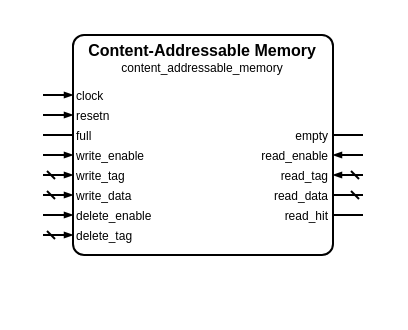
The draw.io diagram sources/memory/content_addressable_memory/content_addressable_memory.symbol.drawio in Louis-DR/OmniCores-BuildingBlocks, before the edit. Source tidied: cells renumbered, new cells numbered last; positions are measured from the earlier drawing's top-left corner, leaving out a move shared by most shapes. Both pictures are drawn from the tidied source at 200%, with x=0, y=0 at pixel (42, 34).
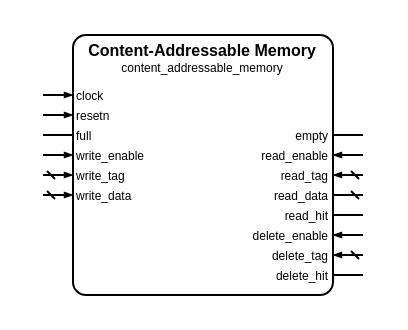
The same page after the edit.

Commit message (it also covers changes not shown here):
[Doc] Updates of the symbols for tag directory and content addressable memory

The edit, as a diff of the source:
```diff
@@
     <mxCell id="2" style="group;" parent="1" vertex="1">
-      <mxGeometry width="160" height="110" as="geometry" />
+      <mxGeometry width="160" height="130" as="geometry" />
     </mxCell>
     <mxCell id="3" style="rounded=1;arcSize=5;fillColor=none;strokeWidth=1;strokeColor=black;whiteSpace=wrap;html=1;" parent="2" vertex="1">
-      <mxGeometry x="15" width="130" height="110" as="geometry" />
+      <mxGeometry x="15" width="130" height="130" as="geometry" />
     </mxCell>
@@
+    <mxCell id="28" value="read_hit" style="text;html=1;align=right;verticalAlign=middle;whiteSpace=wrap;rounded=0;fontSize=6;fontStyle=0;fontColor=black;" parent="2" vertex="1">
+      <mxGeometry x="15" y="90" width="130" as="geometry" />
+    </mxCell>
+    <mxCell id="29" style="html=1;rounded=1;strokeWidth=1;strokeColor=black;startFill=0;startSize=2;startArrow=none;endFill=1;endSize=2;endArrow=none;sourcePerimeterSpacing=0;" parent="2" edge="1">
+      <mxGeometry relative="1" as="geometry">
+        <mxPoint x="160" y="90" as="sourcePoint" />
+        <mxPoint x="145" y="90" as="targetPoint" />
+      </mxGeometry>
+    </mxCell>
-    <mxCell id="26" value="delete_enable" style="text;html=1;align=left;verticalAlign=middle;whiteSpace=wrap;rounded=0;fontSize=6;fontStyle=0;fontColor=black;" parent="2" vertex="1">
-      <mxGeometry x="15" y="90" width="130" as="geometry" />
+    <mxCell id="26" value="delete_enable" style="text;html=1;align=right;verticalAlign=middle;whiteSpace=wrap;rounded=0;fontSize=6;fontStyle=0;fontColor=black;" parent="2" vertex="1">
+      <mxGeometry x="15" y="100" width="130" as="geometry" />
     </mxCell>
     <mxCell id="27" style="html=1;rounded=1;strokeWidth=1;strokeColor=black;startFill=0;startSize=2;startArrow=none;endFill=1;endSize=2;endArrow=blockThin;sourcePerimeterSpacing=0;" parent="2" edge="1">
       <mxGeometry relative="1" as="geometry">
-        <mxPoint y="90" as="sourcePoint" />
-        <mxPoint x="15" y="90" as="targetPoint" />
+        <mxPoint x="160" y="100" as="sourcePoint" />
+        <mxPoint x="145" y="100" as="targetPoint" />
       </mxGeometry>
     </mxCell>
-    <mxCell id="28" value="read_hit" style="text;html=1;align=right;verticalAlign=middle;whiteSpace=wrap;rounded=0;fontSize=6;fontStyle=0;fontColor=black;" parent="2" vertex="1">
-      <mxGeometry x="15" y="90" width="130" as="geometry" />
-    </mxCell>
-    <mxCell id="29" style="html=1;rounded=1;strokeWidth=1;strokeColor=black;startFill=0;startSize=2;startArrow=none;endFill=1;endSize=2;endArrow=none;sourcePerimeterSpacing=0;" parent="2" edge="1">
-      <mxGeometry relative="1" as="geometry">
-        <mxPoint x="160" y="90" as="sourcePoint" />
-        <mxPoint x="145" y="90" as="targetPoint" />
-      </mxGeometry>
-    </mxCell>
-    <mxCell id="30" value="delete_tag" style="text;html=1;align=left;verticalAlign=middle;whiteSpace=wrap;rounded=0;fontSize=6;fontStyle=0;fontColor=black;" parent="2" vertex="1">
-      <mxGeometry x="15" y="100" width="130" as="geometry" />
+    <mxCell id="30" value="delete_tag" style="text;html=1;align=right;verticalAlign=middle;whiteSpace=wrap;rounded=0;fontSize=6;fontStyle=0;fontColor=black;" parent="2" vertex="1">
+      <mxGeometry x="15" y="110" width="130" as="geometry" />
     </mxCell>
     <mxCell id="31" style="html=1;rounded=1;strokeWidth=1;strokeColor=black;startFill=0;startSize=2;startArrow=dash;endFill=1;endSize=2;endArrow=blockThin;sourcePerimeterSpacing=0;" parent="2" edge="1">
       <mxGeometry relative="1" as="geometry">
-        <mxPoint y="100" as="sourcePoint" />
-        <mxPoint x="15" y="100" as="targetPoint" />
+        <mxPoint x="160" y="110" as="sourcePoint" />
+        <mxPoint x="145" y="110" as="targetPoint" />
       </mxGeometry>
     </mxCell>
+    <mxCell id="32" value="delete_hit" style="text;html=1;align=right;verticalAlign=middle;whiteSpace=wrap;rounded=0;fontSize=6;fontStyle=0;fontColor=black;" parent="2" vertex="1">
+      <mxGeometry x="15" y="120" width="130" as="geometry" />
+    </mxCell>
+    <mxCell id="33" style="html=1;rounded=1;strokeWidth=1;strokeColor=black;startFill=0;startSize=2;startArrow=none;endFill=1;endSize=2;endArrow=none;sourcePerimeterSpacing=0;" parent="2" edge="1">
+      <mxGeometry relative="1" as="geometry">
+        <mxPoint x="160" y="120" as="sourcePoint" />
+        <mxPoint x="145" y="120" as="targetPoint" />
+      </mxGeometry>
+    </mxCell>
```
